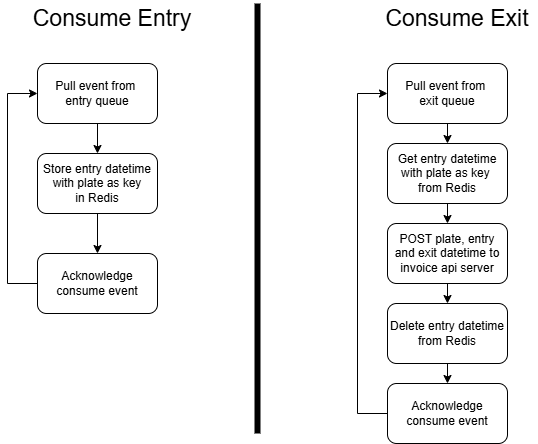
Earlier version of the draw.io export images/consumer.png (vinhng10/skylo). Source tidied: cells renumbered, new cells last; positions are measured from the earlier drawing's top-left corner, leaving out a move shared by most shapes. Its diagram source:
```xml
<mxGraphModel>
  <root>
    <mxCell id="0" />
    <mxCell id="1" parent="0" />
    <mxCell id="2" style="edgeStyle=orthogonalEdgeStyle;rounded=0;jettySize=auto;html=1;exitX=0.5;exitY=1;exitDx=0;exitDy=0;entryX=0.5;entryY=0;entryDx=0;entryDy=0;" parent="1" edge="1" source="3" target="5">
      <mxGeometry relative="1" as="geometry" />
    </mxCell>
    <mxCell id="3" value="Pull event&amp;nbsp;&lt;span style=&quot;background-color: initial;&quot;&gt;from&amp;nbsp;&lt;/span&gt;&lt;div&gt;&lt;span style=&quot;background-color: initial;&quot;&gt;entry queue&lt;/span&gt;&lt;/div&gt;" style="rounded=1;whiteSpace=wrap;html=1;" parent="1" vertex="1">
      <mxGeometry x="30" y="60" width="120" height="60" as="geometry" />
    </mxCell>
    <mxCell id="4" style="edgeStyle=orthogonalEdgeStyle;rounded=0;jettySize=auto;html=1;exitX=0.5;exitY=1;exitDx=0;exitDy=0;entryX=0.5;entryY=0;entryDx=0;entryDy=0;" parent="1" edge="1" source="5" target="7">
      <mxGeometry relative="1" as="geometry" />
    </mxCell>
    <mxCell id="5" value="Store entry&amp;nbsp;&lt;span style=&quot;background-color: initial;&quot;&gt;datetime&lt;/span&gt;&lt;div&gt;&lt;div&gt;with plate as key&lt;/div&gt;&lt;div&gt;in Redis&lt;/div&gt;&lt;/div&gt;" style="rounded=1;whiteSpace=wrap;html=1;" parent="1" vertex="1">
      <mxGeometry x="30" y="150" width="120" height="60" as="geometry" />
    </mxCell>
    <mxCell id="6" style="edgeStyle=orthogonalEdgeStyle;rounded=0;jettySize=auto;html=1;exitX=0;exitY=0.5;exitDx=0;exitDy=0;entryX=0;entryY=0.5;entryDx=0;entryDy=0;" parent="1" edge="1" source="7" target="3">
      <mxGeometry relative="1" as="geometry">
        <Array as="points">
          <mxPoint y="280" />
          <mxPoint y="90" />
        </Array>
      </mxGeometry>
    </mxCell>
    <mxCell id="7" value="Acknowledge&lt;div&gt;consume event&lt;/div&gt;" style="rounded=1;whiteSpace=wrap;html=1;" parent="1" vertex="1">
      <mxGeometry x="30" y="250" width="120" height="60" as="geometry" />
    </mxCell>
    <mxCell id="8" style="edgeStyle=orthogonalEdgeStyle;rounded=0;jettySize=auto;html=1;exitX=0.5;exitY=1;exitDx=0;exitDy=0;entryX=0.5;entryY=0;entryDx=0;entryDy=0;" parent="1" edge="1" source="9" target="13">
      <mxGeometry relative="1" as="geometry" />
    </mxCell>
    <mxCell id="9" value="Pull event&amp;nbsp;&lt;span style=&quot;background-color: initial;&quot;&gt;from&amp;nbsp;&lt;/span&gt;&lt;div&gt;&lt;span style=&quot;background-color: initial;&quot;&gt;exit queue&lt;/span&gt;&lt;/div&gt;" style="rounded=1;whiteSpace=wrap;html=1;" parent="1" vertex="1">
      <mxGeometry x="380" y="60" width="120" height="60" as="geometry" />
    </mxCell>
    <mxCell id="10" style="edgeStyle=orthogonalEdgeStyle;rounded=0;jettySize=auto;html=1;exitX=0.5;exitY=1;exitDx=0;exitDy=0;entryX=0.5;entryY=0;entryDx=0;entryDy=0;" parent="1" edge="1" source="11" target="18">
      <mxGeometry relative="1" as="geometry" />
    </mxCell>
    <mxCell id="11" value="POST plate, entry and exit datetime to invoice api server" style="rounded=1;whiteSpace=wrap;html=1;" parent="1" vertex="1">
      <mxGeometry x="380" y="220" width="120" height="60" as="geometry" />
    </mxCell>
    <mxCell id="12" style="edgeStyle=orthogonalEdgeStyle;rounded=0;jettySize=auto;html=1;exitX=0.5;exitY=1;exitDx=0;exitDy=0;entryX=0.5;entryY=0;entryDx=0;entryDy=0;" parent="1" edge="1" source="13" target="11">
      <mxGeometry relative="1" as="geometry" />
    </mxCell>
    <mxCell id="13" value="Get entry datetime with plate as key&amp;nbsp;&lt;div&gt;from Redis&lt;/div&gt;" style="rounded=1;whiteSpace=wrap;html=1;" parent="1" vertex="1">
      <mxGeometry x="380" y="140" width="120" height="60" as="geometry" />
    </mxCell>
    <mxCell id="14" style="endArrow=none;html=1;rounded=0;strokeWidth=6;" parent="1" edge="1">
      <mxGeometry relative="1" as="geometry">
        <mxPoint x="250" y="430" as="sourcePoint" />
        <mxPoint x="250" as="targetPoint" />
      </mxGeometry>
    </mxCell>
    <mxCell id="15" value="&lt;font style=&quot;font-size: 23px;&quot;&gt;Consume Entry&lt;/font&gt;" style="text;html=1;align=center;verticalAlign=middle;whiteSpace=wrap;rounded=0;" parent="1" vertex="1">
      <mxGeometry x="20" width="170" height="30" as="geometry" />
    </mxCell>
    <mxCell id="16" value="&lt;font style=&quot;font-size: 23px;&quot;&gt;Consume Exit&lt;/font&gt;" style="text;html=1;align=center;verticalAlign=middle;whiteSpace=wrap;rounded=0;" parent="1" vertex="1">
      <mxGeometry x="370" width="160" height="30" as="geometry" />
    </mxCell>
    <mxCell id="17" style="edgeStyle=orthogonalEdgeStyle;rounded=0;jettySize=auto;html=1;exitX=0.5;exitY=1;exitDx=0;exitDy=0;entryX=0.5;entryY=0;entryDx=0;entryDy=0;" parent="1" edge="1" source="18" target="20">
      <mxGeometry relative="1" as="geometry" />
    </mxCell>
    <mxCell id="18" value="Delete entry datetime from Redis" style="rounded=1;whiteSpace=wrap;html=1;" parent="1" vertex="1">
      <mxGeometry x="380" y="300" width="120" height="60" as="geometry" />
    </mxCell>
    <mxCell id="19" style="edgeStyle=orthogonalEdgeStyle;rounded=0;jettySize=auto;html=1;exitX=0;exitY=0.5;exitDx=0;exitDy=0;entryX=0;entryY=0.5;entryDx=0;entryDy=0;" parent="1" edge="1" source="20" target="9">
      <mxGeometry relative="1" as="geometry">
        <Array as="points">
          <mxPoint x="350" y="410" />
          <mxPoint x="350" y="90" />
        </Array>
      </mxGeometry>
    </mxCell>
    <mxCell id="20" value="Acknowledge&lt;div&gt;consume event&lt;/div&gt;" style="rounded=1;whiteSpace=wrap;html=1;" parent="1" vertex="1">
      <mxGeometry x="380" y="380" width="120" height="60" as="geometry" />
    </mxCell>
  </root>
</mxGraphModel>
```
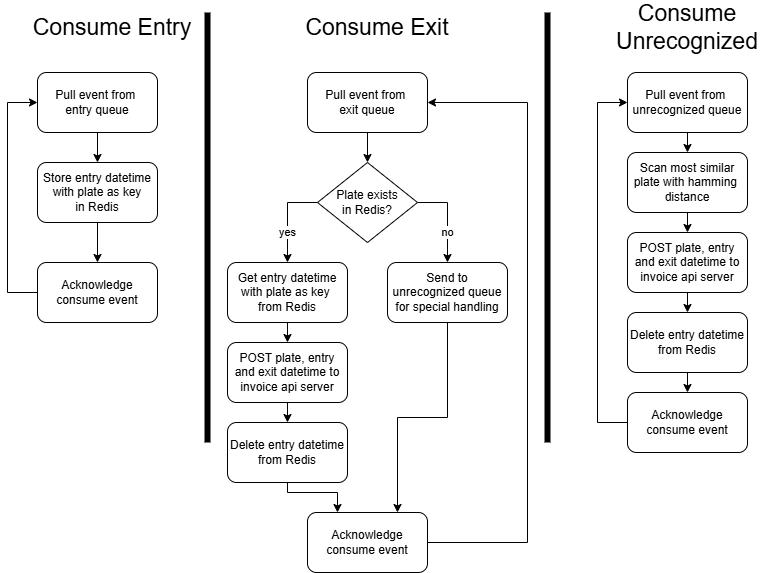
Later version of the same file.

Change to the diagram source:
```diff
@@ -25,52 +25,124 @@
     <mxCell id="7" value="Acknowledge&lt;div&gt;consume event&lt;/div&gt;" style="rounded=1;whiteSpace=wrap;html=1;" parent="1" vertex="1">
       <mxGeometry x="30" y="250" width="120" height="60" as="geometry" />
     </mxCell>
-    <mxCell id="8" style="edgeStyle=orthogonalEdgeStyle;rounded=0;jettySize=auto;html=1;exitX=0.5;exitY=1;exitDx=0;exitDy=0;entryX=0.5;entryY=0;entryDx=0;entryDy=0;" parent="1" edge="1" source="9" target="13">
-      <mxGeometry relative="1" as="geometry" />
-    </mxCell>
+    <mxCell id="21" style="edgeStyle=orthogonalEdgeStyle;rounded=0;jettySize=auto;html=1;exitX=0.5;exitY=1;exitDx=0;exitDy=0;entryX=0.5;entryY=0;entryDx=0;entryDy=0;" parent="1" edge="1" source="9" target="24">
+      <mxGeometry relative="1" as="geometry" />
+    </mxCell>
     <mxCell id="9" value="Pull event&amp;nbsp;&lt;span style=&quot;background-color: initial;&quot;&gt;from&amp;nbsp;&lt;/span&gt;&lt;div&gt;&lt;span style=&quot;background-color: initial;&quot;&gt;exit queue&lt;/span&gt;&lt;/div&gt;" style="rounded=1;whiteSpace=wrap;html=1;" parent="1" vertex="1">
-      <mxGeometry x="380" y="60" width="120" height="60" as="geometry" />
+      <mxGeometry x="300" y="60" width="120" height="60" as="geometry" />
     </mxCell>
     <mxCell id="10" style="edgeStyle=orthogonalEdgeStyle;rounded=0;jettySize=auto;html=1;exitX=0.5;exitY=1;exitDx=0;exitDy=0;entryX=0.5;entryY=0;entryDx=0;entryDy=0;" parent="1" edge="1" source="11" target="18">
       <mxGeometry relative="1" as="geometry" />
     </mxCell>
     <mxCell id="11" value="POST plate, entry and exit datetime to invoice api server" style="rounded=1;whiteSpace=wrap;html=1;" parent="1" vertex="1">
-      <mxGeometry x="380" y="220" width="120" height="60" as="geometry" />
+      <mxGeometry x="220" y="330" width="120" height="60" as="geometry" />
     </mxCell>
     <mxCell id="12" style="edgeStyle=orthogonalEdgeStyle;rounded=0;jettySize=auto;html=1;exitX=0.5;exitY=1;exitDx=0;exitDy=0;entryX=0.5;entryY=0;entryDx=0;entryDy=0;" parent="1" edge="1" source="13" target="11">
       <mxGeometry relative="1" as="geometry" />
     </mxCell>
     <mxCell id="13" value="Get entry datetime with plate as key&amp;nbsp;&lt;div&gt;from Redis&lt;/div&gt;" style="rounded=1;whiteSpace=wrap;html=1;" parent="1" vertex="1">
-      <mxGeometry x="380" y="140" width="120" height="60" as="geometry" />
+      <mxGeometry x="220" y="250" width="120" height="60" as="geometry" />
     </mxCell>
     <mxCell id="14" style="endArrow=none;html=1;rounded=0;strokeWidth=6;" parent="1" edge="1">
       <mxGeometry relative="1" as="geometry">
-        <mxPoint x="250" y="430" as="sourcePoint" />
-        <mxPoint x="250" as="targetPoint" />
+        <mxPoint x="200" y="430" as="sourcePoint" />
+        <mxPoint x="200" as="targetPoint" />
       </mxGeometry>
     </mxCell>
     <mxCell id="15" value="&lt;font style=&quot;font-size: 23px;&quot;&gt;Consume Entry&lt;/font&gt;" style="text;html=1;align=center;verticalAlign=middle;whiteSpace=wrap;rounded=0;" parent="1" vertex="1">
       <mxGeometry x="20" width="170" height="30" as="geometry" />
     </mxCell>
     <mxCell id="16" value="&lt;font style=&quot;font-size: 23px;&quot;&gt;Consume Exit&lt;/font&gt;" style="text;html=1;align=center;verticalAlign=middle;whiteSpace=wrap;rounded=0;" parent="1" vertex="1">
-      <mxGeometry x="370" width="160" height="30" as="geometry" />
+      <mxGeometry x="290" width="160" height="30" as="geometry" />
     </mxCell>
-    <mxCell id="17" style="edgeStyle=orthogonalEdgeStyle;rounded=0;jettySize=auto;html=1;exitX=0.5;exitY=1;exitDx=0;exitDy=0;entryX=0.5;entryY=0;entryDx=0;entryDy=0;" parent="1" edge="1" source="18" target="20">
-      <mxGeometry relative="1" as="geometry" />
+    <mxCell id="17" style="edgeStyle=orthogonalEdgeStyle;rounded=0;jettySize=auto;html=1;exitX=0.5;exitY=1;exitDx=0;exitDy=0;entryX=0.25;entryY=0;entryDx=0;entryDy=0;" parent="1" edge="1" source="18" target="20">
+      <mxGeometry relative="1" as="geometry">
+        <Array as="points">
+          <mxPoint x="280" y="480" />
+          <mxPoint x="330" y="480" />
+        </Array>
+      </mxGeometry>
     </mxCell>
     <mxCell id="18" value="Delete entry datetime from Redis" style="rounded=1;whiteSpace=wrap;html=1;" parent="1" vertex="1">
-      <mxGeometry x="380" y="300" width="120" height="60" as="geometry" />
+      <mxGeometry x="220" y="410" width="120" height="60" as="geometry" />
     </mxCell>
-    <mxCell id="19" style="edgeStyle=orthogonalEdgeStyle;rounded=0;jettySize=auto;html=1;exitX=0;exitY=0.5;exitDx=0;exitDy=0;entryX=0;entryY=0.5;entryDx=0;entryDy=0;" parent="1" edge="1" source="20" target="9">
+    <mxCell id="19" style="edgeStyle=orthogonalEdgeStyle;rounded=0;jettySize=auto;html=1;exitX=1;exitY=0.5;exitDx=0;exitDy=0;entryX=1;entryY=0.5;entryDx=0;entryDy=0;" parent="1" edge="1" source="20" target="9">
       <mxGeometry relative="1" as="geometry">
         <Array as="points">
-          <mxPoint x="350" y="410" />
-          <mxPoint x="350" y="90" />
+          <mxPoint x="520" y="530" />
+          <mxPoint x="520" y="90" />
         </Array>
       </mxGeometry>
     </mxCell>
     <mxCell id="20" value="Acknowledge&lt;div&gt;consume event&lt;/div&gt;" style="rounded=1;whiteSpace=wrap;html=1;" parent="1" vertex="1">
-      <mxGeometry x="380" y="380" width="120" height="60" as="geometry" />
+      <mxGeometry x="300" y="500" width="120" height="60" as="geometry" />
     </mxCell>
+    <mxCell id="22" value="yes" style="edgeStyle=orthogonalEdgeStyle;rounded=0;jettySize=auto;html=1;exitX=0;exitY=0.5;exitDx=0;exitDy=0;entryX=0.5;entryY=0;entryDx=0;entryDy=0;" parent="1" edge="1" source="24" target="13">
+      <mxGeometry x="0.33" relative="1" as="geometry">
+        <Array as="points">
+          <mxPoint x="280" y="190" />
+        </Array>
+      </mxGeometry>
+    </mxCell>
+    <mxCell id="23" value="no" style="edgeStyle=orthogonalEdgeStyle;rounded=0;jettySize=auto;html=1;exitX=1;exitY=0.5;exitDx=0;exitDy=0;entryX=0.5;entryY=0;entryDx=0;entryDy=0;" parent="1" edge="1" source="24" target="26">
+      <mxGeometry x="0.33" relative="1" as="geometry">
+        <Array as="points">
+          <mxPoint x="440" y="190" />
+        </Array>
+      </mxGeometry>
+    </mxCell>
+    <mxCell id="24" value="Plate exists&lt;div&gt;in Redis?&lt;/div&gt;" style="rhombus;whiteSpace=wrap;html=1;" parent="1" vertex="1">
+      <mxGeometry x="310" y="150" width="100" height="80" as="geometry" />
+    </mxCell>
+    <mxCell id="25" style="edgeStyle=orthogonalEdgeStyle;rounded=0;jettySize=auto;html=1;exitX=0.5;exitY=1;exitDx=0;exitDy=0;entryX=0.75;entryY=0;entryDx=0;entryDy=0;" parent="1" edge="1" source="26" target="20">
+      <mxGeometry relative="1" as="geometry" />
+    </mxCell>
+    <mxCell id="26" value="Send to&lt;br&gt;&lt;span style=&quot;background-color: initial;&quot;&gt;unrecognized queue for special handling&lt;/span&gt;" style="rounded=1;whiteSpace=wrap;html=1;" parent="1" vertex="1">
+      <mxGeometry x="380" y="250" width="120" height="60" as="geometry" />
+    </mxCell>
+    <mxCell id="27" style="endArrow=none;html=1;rounded=0;strokeWidth=6;" parent="1" edge="1">
+      <mxGeometry relative="1" as="geometry">
+        <mxPoint x="540" y="430" as="sourcePoint" />
+        <mxPoint x="540" as="targetPoint" />
+      </mxGeometry>
+    </mxCell>
+    <mxCell id="28" style="edgeStyle=orthogonalEdgeStyle;rounded=0;jettySize=auto;html=1;exitX=0.5;exitY=1;exitDx=0;exitDy=0;entryX=0.5;entryY=0;entryDx=0;entryDy=0;" parent="1" edge="1" source="29" target="32">
+      <mxGeometry relative="1" as="geometry" />
+    </mxCell>
+    <mxCell id="29" value="Pull event&amp;nbsp;&lt;span style=&quot;background-color: initial;&quot;&gt;from&amp;nbsp;&lt;/span&gt;&lt;div&gt;&lt;span style=&quot;background-color: initial;&quot;&gt;unrecognized queue&lt;/span&gt;&lt;/div&gt;" style="rounded=1;whiteSpace=wrap;html=1;" parent="1" vertex="1">
+      <mxGeometry x="620" y="60" width="120" height="60" as="geometry" />
+    </mxCell>
+    <mxCell id="30" value="&lt;font style=&quot;font-size: 23px;&quot;&gt;Consume Unrecognized&lt;/font&gt;" style="text;html=1;align=center;verticalAlign=middle;whiteSpace=wrap;rounded=0;" parent="1" vertex="1">
+      <mxGeometry x="600" width="160" height="30" as="geometry" />
+    </mxCell>
+    <mxCell id="31" style="edgeStyle=orthogonalEdgeStyle;rounded=0;jettySize=auto;html=1;exitX=0.5;exitY=1;exitDx=0;exitDy=0;entryX=0.5;entryY=0;entryDx=0;entryDy=0;" parent="1" edge="1" source="32" target="34">
+      <mxGeometry relative="1" as="geometry" />
+    </mxCell>
+    <mxCell id="32" value="Scan most similar&lt;div&gt;plate with hamming&amp;nbsp;&lt;/div&gt;&lt;div&gt;distance&lt;/div&gt;" style="rounded=1;whiteSpace=wrap;html=1;" parent="1" vertex="1">
+      <mxGeometry x="620" y="140" width="120" height="60" as="geometry" />
+    </mxCell>
+    <mxCell id="33" style="edgeStyle=orthogonalEdgeStyle;rounded=0;jettySize=auto;html=1;exitX=0.5;exitY=1;exitDx=0;exitDy=0;entryX=0.5;entryY=0;entryDx=0;entryDy=0;" parent="1" edge="1" source="34" target="36">
+      <mxGeometry relative="1" as="geometry" />
+    </mxCell>
+    <mxCell id="34" value="POST plate, entry and exit datetime to invoice api server" style="rounded=1;whiteSpace=wrap;html=1;" parent="1" vertex="1">
+      <mxGeometry x="620" y="220" width="120" height="60" as="geometry" />
+    </mxCell>
+    <mxCell id="35" style="edgeStyle=orthogonalEdgeStyle;rounded=0;jettySize=auto;html=1;exitX=0.5;exitY=1;exitDx=0;exitDy=0;entryX=0.5;entryY=0;entryDx=0;entryDy=0;" parent="1" edge="1" source="36" target="38">
+      <mxGeometry relative="1" as="geometry" />
+    </mxCell>
+    <mxCell id="36" value="Delete entry datetime from Redis" style="rounded=1;whiteSpace=wrap;html=1;" parent="1" vertex="1">
+      <mxGeometry x="620" y="300" width="120" height="60" as="geometry" />
+    </mxCell>
+    <mxCell id="37" style="edgeStyle=orthogonalEdgeStyle;rounded=0;jettySize=auto;html=1;exitX=0;exitY=0.5;exitDx=0;exitDy=0;entryX=0;entryY=0.5;entryDx=0;entryDy=0;" parent="1" edge="1" source="38" target="29">
+      <mxGeometry relative="1" as="geometry">
+        <Array as="points">
+          <mxPoint x="590" y="410" />
+          <mxPoint x="590" y="90" />
+        </Array>
+      </mxGeometry>
+    </mxCell>
+    <mxCell id="38" value="Acknowledge&lt;div&gt;consume event&lt;/div&gt;" style="rounded=1;whiteSpace=wrap;html=1;" parent="1" vertex="1">
+      <mxGeometry x="620" y="380" width="120" height="60" as="geometry" />
+    </mxCell>
   </root>
 </mxGraphModel>
```
